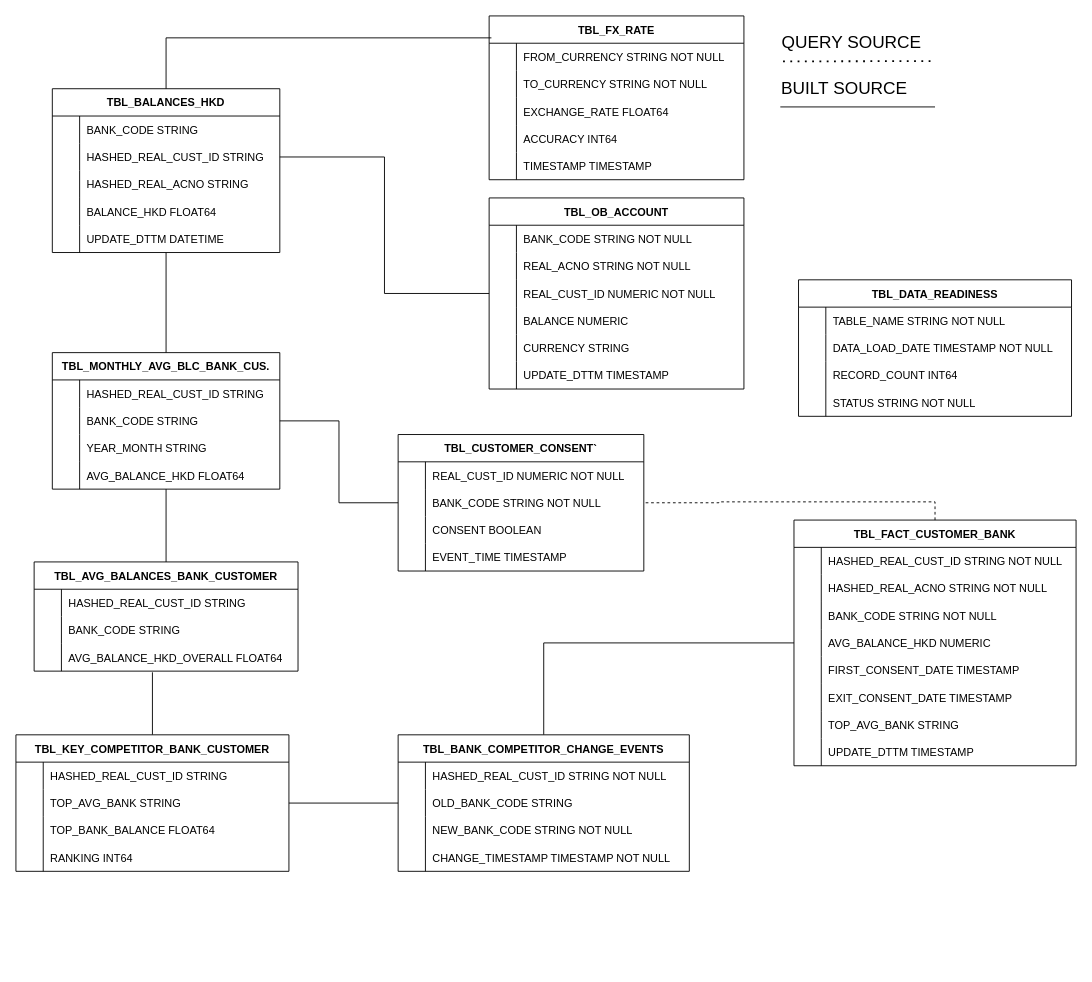
This is docs/ER Diagram.drawio from sfandino/global-banking, a draw.io file, before an edit. Source tidied: cells renumbered, new cells numbered last; positions are measured from the earlier drawing's top-left corner, leaving out a move shared by most shapes. Both pictures are drawn from the tidied source at 91%, with x=0, y=0 at pixel (15, 15).
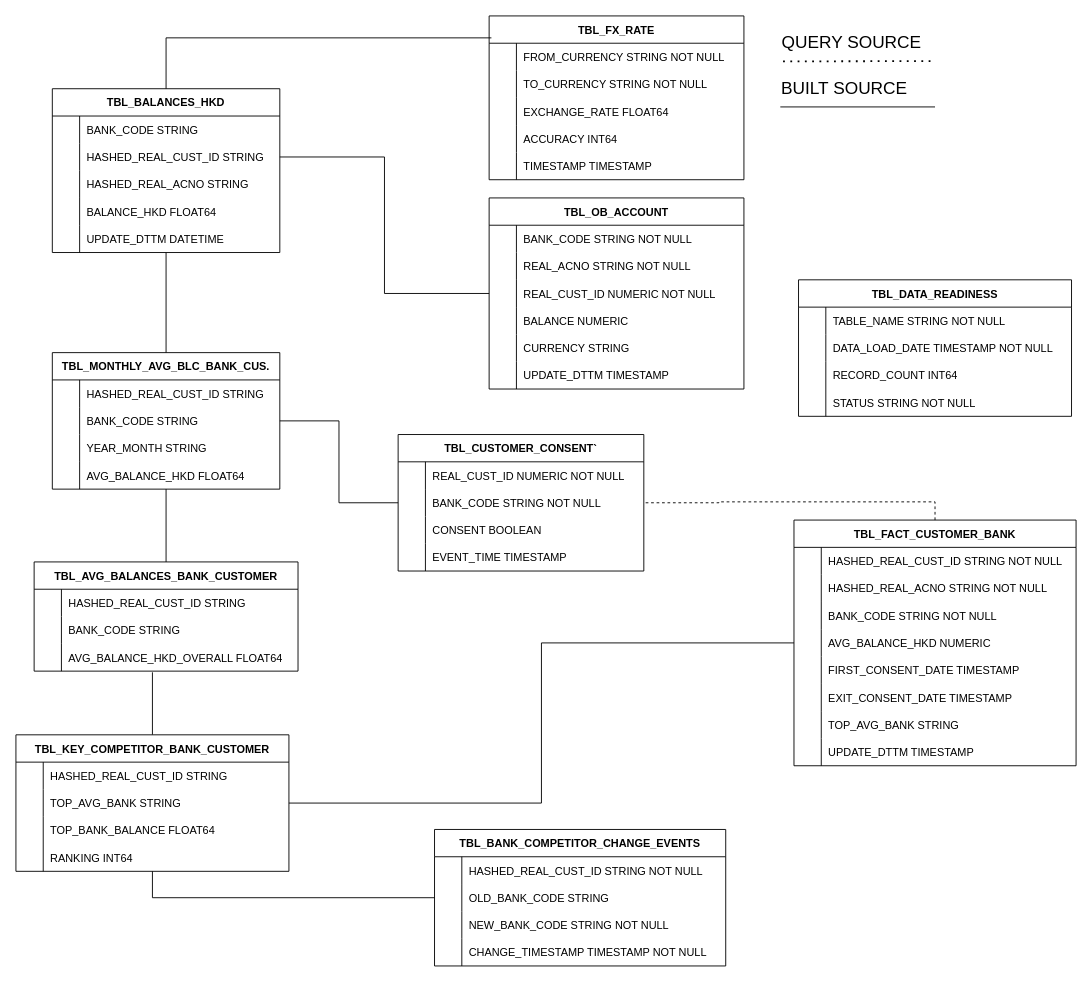
The same page after the edit.

Unchanged cells that the change refers to:
```xml
<mxCell id="95" style="shape=tableRow;horizontal=0;startSize=0;swimlaneHead=0;swimlaneBody=0;fillColor=none;points=[[0,0.5],[1,0.5]];portConstraint=eastwest;strokeColor=inherit;top=0;left=0;right=0;bottom=0;" parent="91" vertex="1">
  <mxGeometry y="60" width="300" height="30" as="geometry" />
</mxCell>
<mxCell id="114" style="shape=tableRow;horizontal=0;startSize=0;swimlaneHead=0;swimlaneBody=0;fillColor=none;points=[[0,0.5],[1,0.5]];portConstraint=eastwest;strokeColor=inherit;top=0;left=0;right=0;bottom=0;" parent="104" vertex="1">
  <mxGeometry y="120" width="310" height="30" as="geometry" />
</mxCell>
```

Change to the diagram source:
```diff
@@
-    <mxCell id="148" style="edgeStyle=orthogonalEdgeStyle;rounded=0;jettySize=auto;html=1;exitX=0.5;exitY=0;exitDx=0;exitDy=0;endArrow=none;endFill=0;entryX=0;entryY=0.5;entryDx=0;entryDy=0;" parent="1" edge="1" source="153" target="114">
-      <mxGeometry relative="1" as="geometry" />
-    </mxCell>
@@
     <mxCell id="153" value="TBL_BANK_COMPETITOR_CHANGE_EVENTS" style="shape=table;startSize=30;childLayout=tableLayout;rowLines=0;fontStyle=1;align=center;" parent="1" vertex="1">
-      <mxGeometry x="420" y="790" width="320" height="150" as="geometry" />
+      <mxGeometry x="460" y="894" width="320" height="150" as="geometry" />
     </mxCell>
@@
+    <mxCell id="166" style="edgeStyle=orthogonalEdgeStyle;rounded=0;jettySize=auto;html=1;exitX=1;exitY=0.5;exitDx=0;exitDy=0;entryX=0;entryY=0.5;entryDx=0;entryDy=0;endArrow=none;endFill=0;" parent="1" edge="1" source="95" target="114">
+      <mxGeometry relative="1" as="geometry" />
+    </mxCell>
```
